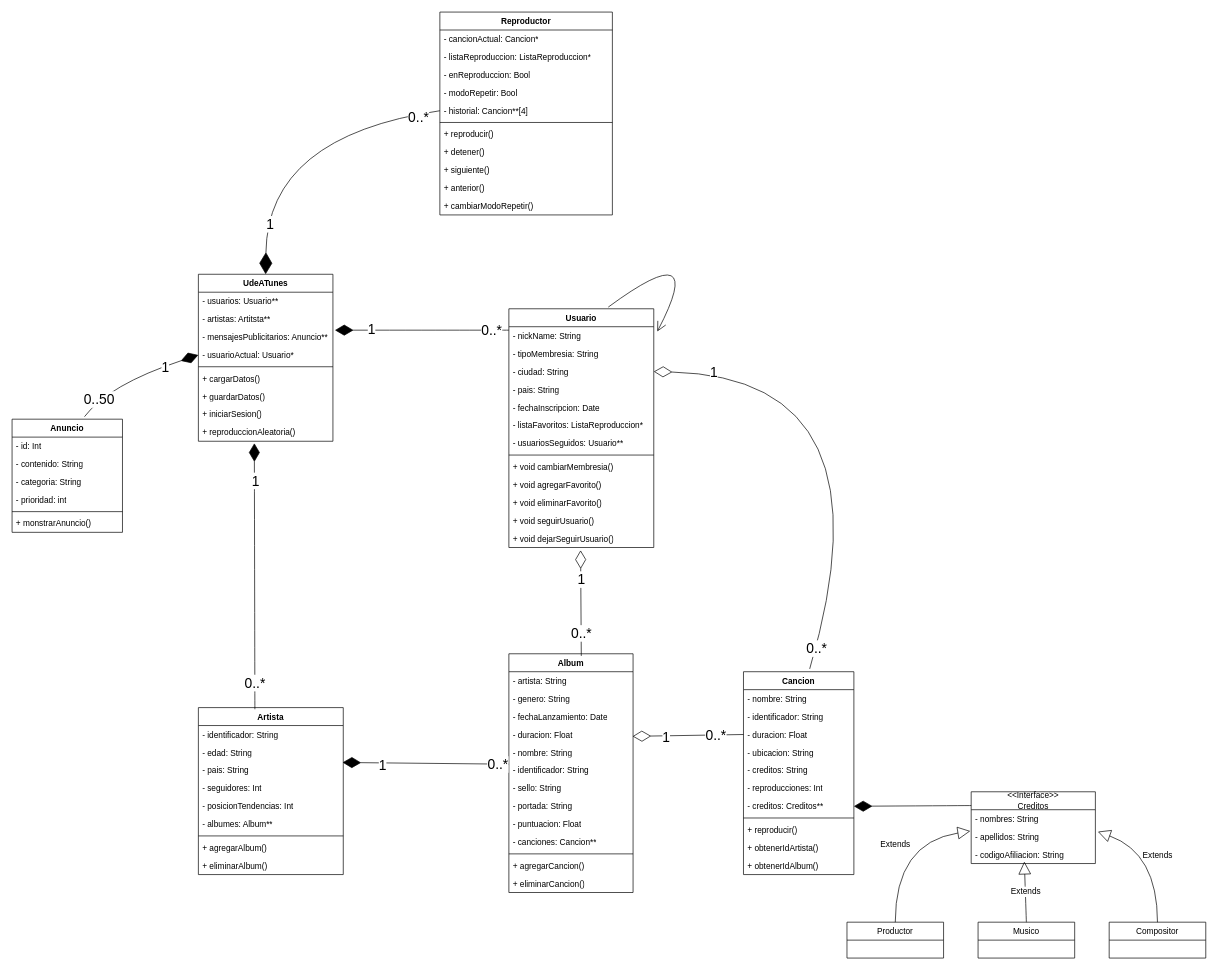
Earlier version of the draw.io diagram UdeATune/analisis/DesafioII.drawio (raskolnikov1984/InformaticaII). Source tidied: cells renumbered, new cells numbered last; positions are measured from the earlier drawing's top-left corner, leaving out a move shared by most shapes. Both pictures are drawn from the tidied source at 69%, with x=0, y=0 at pixel (12, 12).
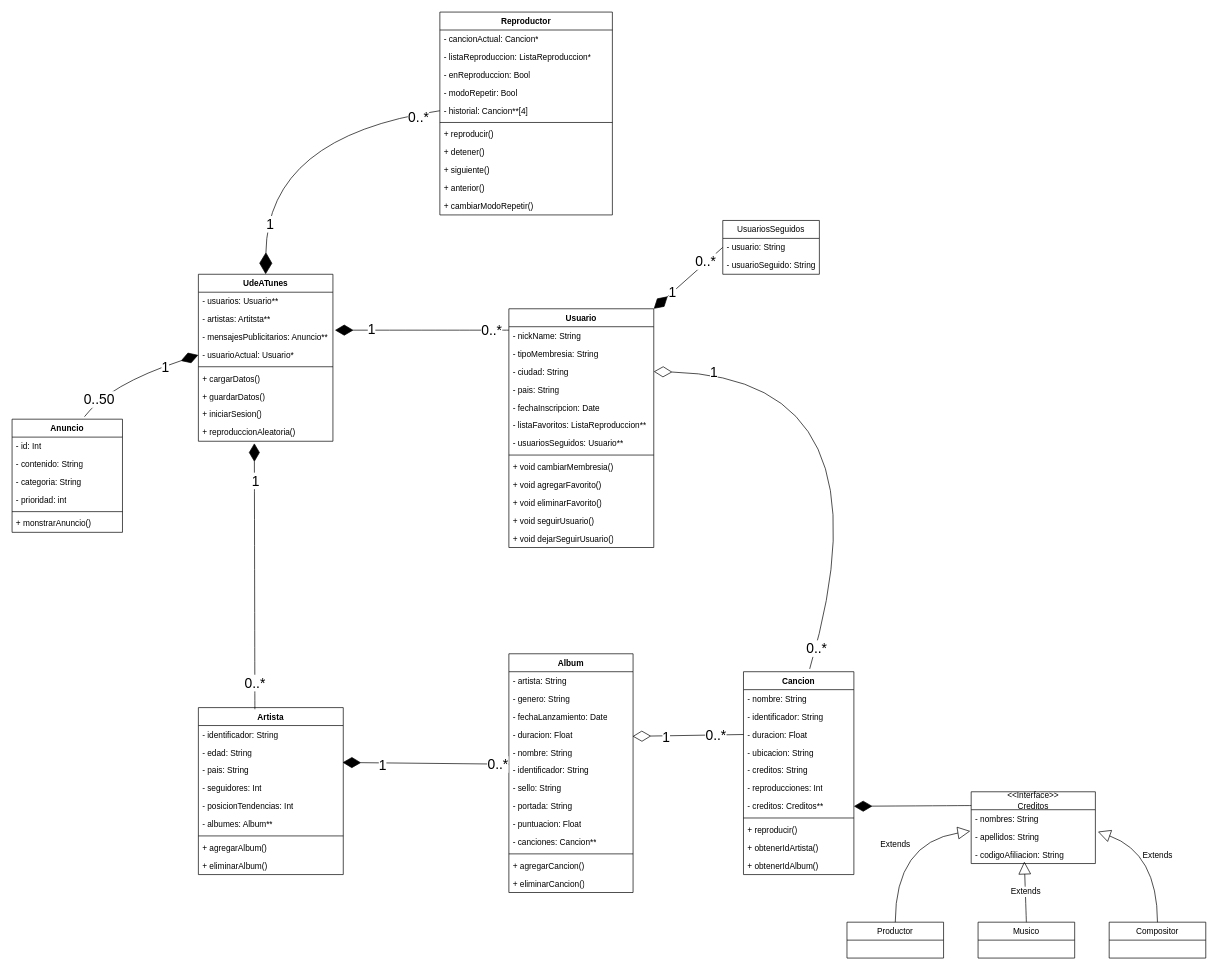
Above is the later version.

Unchanged cells that the change refers to:
```xml
<mxCell id="2" value="Usuario" style="swimlane;fontStyle=1;align=center;verticalAlign=top;horizontal=1;startSize=26;whiteSpace=wrap;html=1;" parent="1" vertex="1">
  <mxGeometry x="720" y="430" width="210" height="346" as="geometry" />
</mxCell>
<mxCell id="3" value="- nickName: String&lt;div&gt;&lt;br&gt;&lt;/div&gt;" style="text;strokeColor=none;fillColor=none;align=left;verticalAlign=top;spacingLeft=4;spacingRight=4;overflow=hidden;points=[[0,0.5],[1,0.5]];portConstraint=eastwest;whiteSpace=wrap;html=1;" parent="2" vertex="1">
  <mxGeometry y="26" width="210" height="26" as="geometry" />
</mxCell>
<mxCell id="16" value="+ void dejarSeguirUsuario()&lt;div&gt;&lt;br&gt;&lt;/div&gt;" style="text;strokeColor=none;fillColor=none;align=left;verticalAlign=top;spacingLeft=4;spacingRight=4;overflow=hidden;points=[[0,0.5],[1,0.5]];portConstraint=eastwest;whiteSpace=wrap;html=1;" parent="2" vertex="1">
  <mxGeometry y="320" width="210" height="26" as="geometry" />
</mxCell>
<mxCell id="27" value="Album" style="swimlane;fontStyle=1;align=center;verticalAlign=top;horizontal=1;startSize=26;whiteSpace=wrap;html=1;" parent="1" vertex="1">
  <mxGeometry x="720" y="930" width="180" height="346" as="geometry" />
</mxCell>
```

Diff of the diagram source:
```diff
@@
-    <mxCell id="8" value="- listaFavoritos: ListaReproduccion*" style="text;strokeColor=none;fillColor=none;align=left;verticalAlign=top;spacingLeft=4;spacingRight=4;overflow=hidden;whiteSpace=wrap;html=1;" parent="2" vertex="1">
+    <mxCell id="8" value="- listaFavoritos: ListaReproduccion**" style="text;strokeColor=none;fillColor=none;align=left;verticalAlign=top;spacingLeft=4;spacingRight=4;overflow=hidden;whiteSpace=wrap;html=1;" parent="2" vertex="1">
       <mxGeometry y="156" width="210" height="26" as="geometry" />
     </mxCell>
@@
-    <mxCell id="15" style="endArrow=open;endFill=1;endSize=12;html=1;rounded=0;fontSize=12;curved=1;exitX=0.686;exitY=-0.007;exitDx=0;exitDy=0;exitPerimeter=0;entryX=1.024;entryY=0.269;entryDx=0;entryDy=0;entryPerimeter=0;" parent="2" edge="1" source="2" target="3">
-      <mxGeometry relative="1" as="geometry">
-        <Array as="points">
-          <mxPoint x="290" y="-110" />
-        </Array>
-      </mxGeometry>
-    </mxCell>
@@
-    <mxCell id="56" style="endArrow=diamondThin;endFill=0;endSize=24;html=1;rounded=0;exitX=0.583;exitY=0.009;exitDx=0;exitDy=0;exitPerimeter=0;entryX=0.495;entryY=1.154;entryDx=0;entryDy=0;entryPerimeter=0;" parent="1" edge="1" source="27" target="16">
-      <mxGeometry relative="1" as="geometry" />
-    </mxCell>
-    <mxCell id="57" value="1" style="edgeLabel;html=1;align=center;verticalAlign=middle;fontSize=20;" parent="56" vertex="1">
-      <mxGeometry x="0.46" relative="1" as="geometry" />
-    </mxCell>
-    <mxCell id="58" value="0..*" style="edgeLabel;html=1;align=center;verticalAlign=middle;fontSize=20;" parent="56" vertex="1">
-      <mxGeometry x="-0.82" relative="1" as="geometry">
-        <mxPoint y="-20" as="offset" />
-      </mxGeometry>
-    </mxCell>
@@
+    <mxCell id="117" value="UsuariosSeguidos" style="swimlane;fontStyle=0;horizontal=1;startSize=26;fillColor=none;whiteSpace=wrap;html=1;" parent="1" vertex="1">
+      <mxGeometry x="1030" y="302" width="140" height="78" as="geometry" />
+    </mxCell>
+    <mxCell id="118" value="- usuario: String" style="text;strokeColor=none;fillColor=none;align=left;verticalAlign=top;spacingLeft=4;spacingRight=4;overflow=hidden;points=[[0,0.5],[1,0.5]];portConstraint=eastwest;whiteSpace=wrap;html=1;" parent="117" vertex="1">
+      <mxGeometry y="26" width="140" height="26" as="geometry" />
+    </mxCell>
+    <mxCell id="119" value="- usuarioSeguido: String" style="text;strokeColor=none;fillColor=none;align=left;verticalAlign=top;spacingLeft=4;spacingRight=4;overflow=hidden;whiteSpace=wrap;html=1;" parent="117" vertex="1">
+      <mxGeometry y="52" width="140" height="26" as="geometry" />
+    </mxCell>
+    <mxCell id="120" style="endArrow=diamondThin;endFill=1;endSize=24;html=1;rounded=0;entryX=1;entryY=0;entryDx=0;entryDy=0;exitX=0;exitY=0.5;exitDx=0;exitDy=0;" parent="1" edge="1" source="118" target="2">
+      <mxGeometry relative="1" as="geometry" />
+    </mxCell>
+    <mxCell id="57" value="&lt;font style=&quot;font-size: 20px;&quot;&gt;1&lt;/font&gt;" style="edgeLabel;html=1;align=center;verticalAlign=middle;" parent="120" vertex="1">
+      <mxGeometry x="0.47" y="-1" relative="1" as="geometry" />
+    </mxCell>
+    <mxCell id="58" value="&lt;font style=&quot;font-size: 20px;&quot;&gt;0..*&lt;/font&gt;" style="edgeLabel;html=1;align=center;verticalAlign=middle;" parent="120" vertex="1">
+      <mxGeometry x="-0.75" relative="1" as="geometry">
+        <mxPoint x="-13" y="8" as="offset" />
+      </mxGeometry>
+    </mxCell>
```
